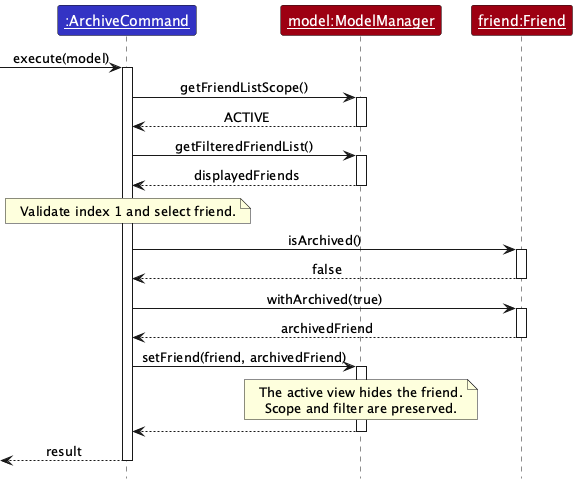
This is docs/images/ArchiveSequenceDiagram.png from AY2627S1-CS2103T-W14-3/tp, a PlantUML export, as it was before one commit.
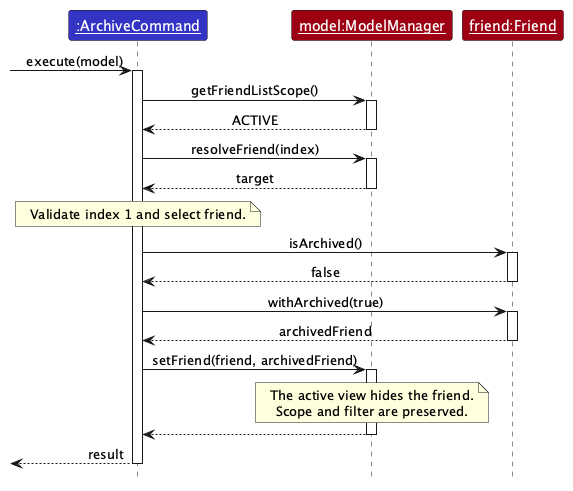
Later version of the same file.

What changed in the source:
```diff
@@ -13,9 +13,9 @@
 activate Model
 Model --> Command : ACTIVE
 deactivate Model
-Command -> Model : getFilteredFriendList()
+Command -> Model : resolveFriend(index)
 activate Model
-Model --> Command : displayedFriends
+Model --> Command : target
 deactivate Model
 note over Command
 Validate index 1 and select friend.
```
